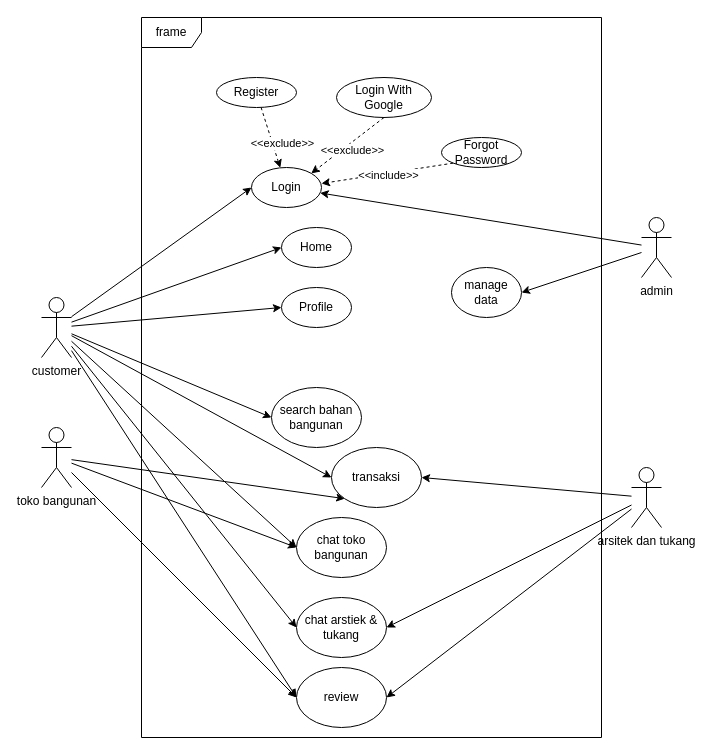
imannrhman/build_it_uml keeps this draw.io diagram as page "Use Case" (1 of 2) of UML-BuildIt.drawio. Above is the earlier version. Source tidied: cells renumbered, new cells numbered last; positions are measured from the earlier drawing's top-left corner, leaving out a move shared by most shapes. Both pictures are drawn from the tidied source at 100%, with x=0, y=0 at pixel (41, 17).
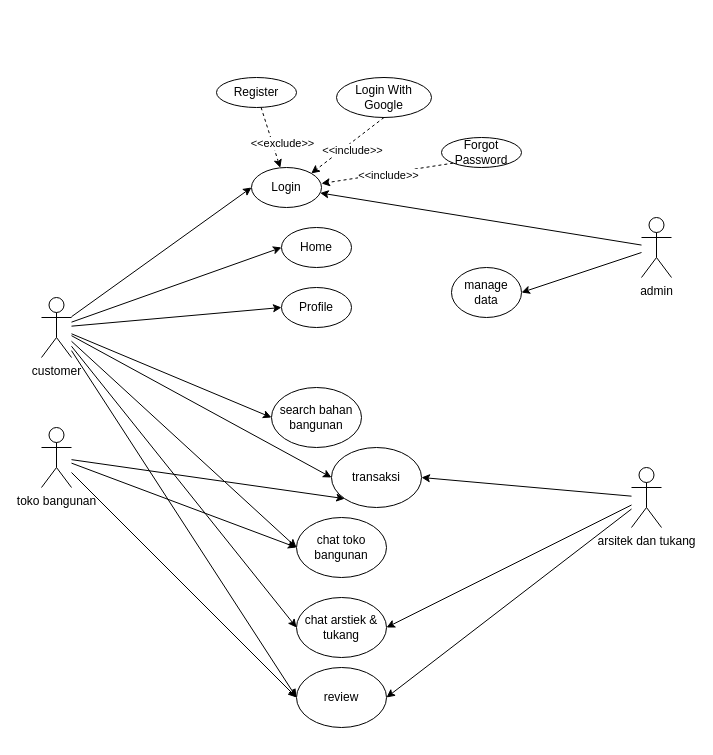
Above is the later version.

Commit message:
Update Login With Googledrawio

The change refers to these unchanged cells:
```xml
<mxCell id="39" style="rounded=0;jettySize=auto;html=1;dashed=1;exitX=0.5;exitY=1;exitDx=0;exitDy=0;entryX=1;entryY=0;entryDx=0;entryDy=0;" parent="1" edge="1" source="38" target="6">
  <mxGeometry relative="1" as="geometry" />
</mxCell>
```

Change to the diagram source:
```diff
@@
-    <mxCell id="2" value="frame" style="shape=umlFrame;whiteSpace=wrap;html=1;" parent="1" vertex="1">
-      <mxGeometry x="100" width="460" height="720" as="geometry" />
-    </mxCell>
@@
-    <mxCell id="40" value="&amp;lt;&amp;lt;exclude&amp;gt;&amp;gt;" style="edgeLabel;html=1;align=center;verticalAlign=middle;" parent="39" vertex="1">
+    <mxCell id="40" value="&amp;lt;&amp;lt;include&amp;gt;&amp;gt;" style="edgeLabel;html=1;align=center;verticalAlign=middle;" parent="39" vertex="1">
       <mxGeometry x="0.15" y="-1" relative="1" as="geometry">
         <mxPoint x="11" y="1" as="offset" />
       </mxGeometry>
     </mxCell>
```
